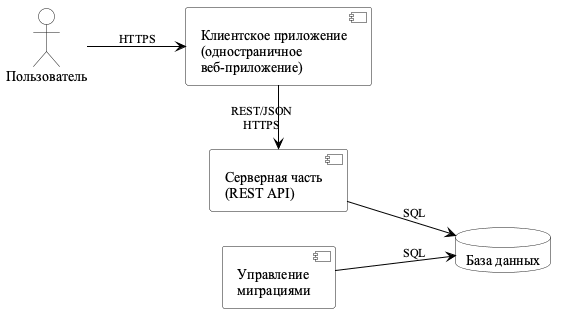
Earlier version of the PlantUML export diploma/images/architecture.png (WoWich2005/applicants). The source it was exported from:
```plantuml
@startuml architecture

skinparam DefaultFontName "Times New Roman"
skinparam DefaultFontSize 14
skinparam Monochrome true
skinparam Shadowing false
skinparam BackgroundColor #FFFFFF
skinparam ComponentBackgroundColor #FFFFFF
skinparam DatabaseBackgroundColor #FFFFFF
skinparam ActorBackgroundColor #FFFFFF
skinparam ArrowColor #000000
skinparam ArrowFontSize 12
left to right direction

actor "Пользователь" as user

component "Клиентское приложение\n(одностраничное\nвеб-приложение)" as spa
component "Серверная часть\n(REST API)" as api
database "База данных" as db
component "Управление\nмиграциями" as migrations

user -down-> spa : HTTPS
spa -right-> api : REST/JSON\nHTTPS
api -down-> db : SQL
migrations -down-> db : SQL

@enduml
```
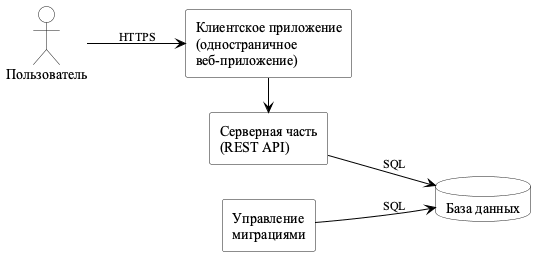
After the change.

What changed in the source:
```diff
@@ -10,18 +10,20 @@
 skinparam ActorBackgroundColor #FFFFFF
 skinparam ArrowColor #000000
 skinparam ArrowFontSize 12
+skinparam RectangleBackgroundColor #FFFFFF
 left to right direction
 
 actor "Пользователь" as user
 
-component "Клиентское приложение\n(одностраничное\nвеб-приложение)" as spa
-component "Серверная часть\n(REST API)" as api
+rectangle "Клиентское приложение\n(одностраничное\nвеб-приложение)" as spa
+rectangle "Серверная часть\n(REST API)" as api
 database "База данных" as db
-component "Управление\nмиграциями" as migrations
+rectangle "Управление\nмиграциями" as migrations
 
 user -down-> spa : HTTPS
-spa -right-> api : REST/JSON\nHTTPS
+spa -right-> api
 api -down-> db : SQL
 migrations -down-> db : SQL
+hide empty description
 
 @enduml
```
